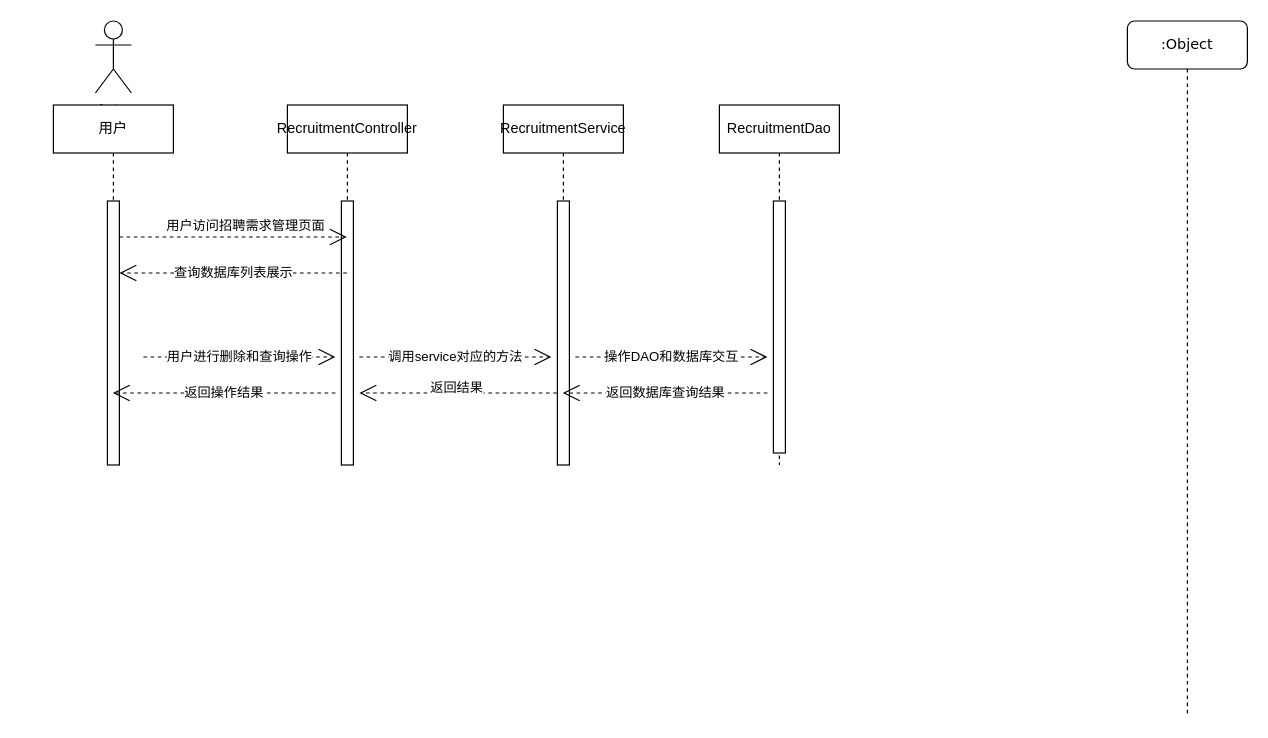
zhouxuemin66/Chat2DB keeps this draw.io diagram as page "Page-1" (1 of 3) of 诉求序列图.drawio. Above is the earlier version. Source tidied: cells renumbered, new cells numbered last; positions are measured from the earlier drawing's top-left corner, leaving out a move shared by most shapes. Both pictures are drawn from the tidied source at 120%, with x=0, y=0 at pixel (29, 20).
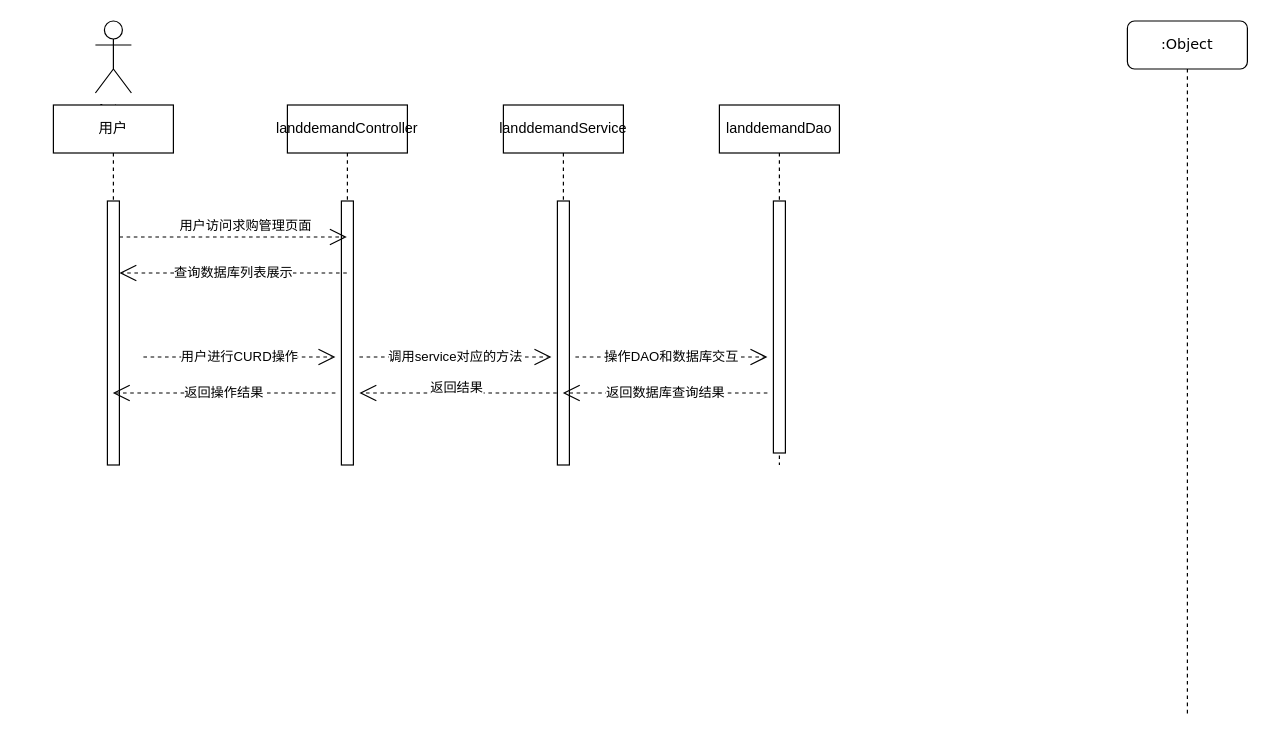
Above is the later version.

The change refers to these unchanged cells:
```xml
<mxCell id="10" style="endArrow=open;endSize=12;dashed=1;html=1;rounded=0;" parent="1" edge="1">
  <mxGeometry relative="1" as="geometry">
    <mxPoint x="75" y="180" as="sourcePoint" />
    <mxPoint x="264.5" y="180" as="targetPoint" />
  </mxGeometry>
</mxCell>
```

The edit, as a diff of the source:
```diff
@@
-    <mxCell id="8" value="RecruitmentController" style="shape=umlLifeline;perimeter=lifelinePerimeter;whiteSpace=wrap;html=1;outlineConnect=0;portConstraint=eastwest;newEdgeStyle={&quot;edgeStyle&quot;:&quot;elbowEdgeStyle&quot;,&quot;elbow&quot;:&quot;vertical&quot;,&quot;curved&quot;:0,&quot;rounded&quot;:0};" parent="1" vertex="1">
+    <mxCell id="8" value="landdemandController" style="shape=umlLifeline;perimeter=lifelinePerimeter;whiteSpace=wrap;html=1;outlineConnect=0;portConstraint=eastwest;newEdgeStyle={&quot;edgeStyle&quot;:&quot;elbowEdgeStyle&quot;,&quot;elbow&quot;:&quot;vertical&quot;,&quot;curved&quot;:0,&quot;rounded&quot;:0};" parent="1" vertex="1">
       <mxGeometry x="215" y="70" width="100" height="300" as="geometry" />
     </mxCell>
@@
-    <mxCell id="11" value="用户访问招聘需求管理页面" style="edgeLabel;html=1;align=center;verticalAlign=middle;" parent="10" vertex="1">
+    <mxCell id="11" value="用户访问求购管理页面" style="edgeLabel;html=1;align=center;verticalAlign=middle;" parent="10" vertex="1">
       <mxGeometry x="-0.06" y="-1" relative="1" as="geometry">
         <mxPoint x="15" y="-11" as="offset" />
       </mxGeometry>
     </mxCell>
@@
-    <mxCell id="13" value="用户进行删除和查询操作" style="endArrow=open;endSize=12;dashed=1;html=1;rounded=0;" parent="1" edge="1">
+    <mxCell id="13" value="用户进行CURD操作" style="endArrow=open;endSize=12;dashed=1;html=1;rounded=0;" parent="1" edge="1">
       <mxGeometry relative="1" as="geometry">
         <mxPoint x="95" y="280" as="sourcePoint" />
         <mxPoint x="255" y="280" as="targetPoint" />
       </mxGeometry>
     </mxCell>
-    <mxCell id="14" value="RecruitmentService" style="shape=umlLifeline;perimeter=lifelinePerimeter;whiteSpace=wrap;html=1;outlineConnect=0;portConstraint=eastwest;newEdgeStyle={&quot;edgeStyle&quot;:&quot;elbowEdgeStyle&quot;,&quot;elbow&quot;:&quot;vertical&quot;,&quot;curved&quot;:0,&quot;rounded&quot;:0};" parent="1" vertex="1">
+    <mxCell id="14" value="landdemandService" style="shape=umlLifeline;perimeter=lifelinePerimeter;whiteSpace=wrap;html=1;outlineConnect=0;portConstraint=eastwest;newEdgeStyle={&quot;edgeStyle&quot;:&quot;elbowEdgeStyle&quot;,&quot;elbow&quot;:&quot;vertical&quot;,&quot;curved&quot;:0,&quot;rounded&quot;:0};" parent="1" vertex="1">
       <mxGeometry x="395" y="70" width="100" height="300" as="geometry" />
     </mxCell>
@@
-    <mxCell id="16" value="RecruitmentDao" style="shape=umlLifeline;perimeter=lifelinePerimeter;whiteSpace=wrap;html=1;newEdgeStyle={&quot;edgeStyle&quot;:&quot;elbowEdgeStyle&quot;,&quot;elbow&quot;:&quot;vertical&quot;,&quot;curved&quot;:0,&quot;rounded&quot;:0};" parent="1" vertex="1">
+    <mxCell id="16" value="landdemandDao" style="shape=umlLifeline;perimeter=lifelinePerimeter;whiteSpace=wrap;html=1;newEdgeStyle={&quot;edgeStyle&quot;:&quot;elbowEdgeStyle&quot;,&quot;elbow&quot;:&quot;vertical&quot;,&quot;curved&quot;:0,&quot;rounded&quot;:0};" parent="1" vertex="1">
       <mxGeometry x="575" y="70" width="100" height="300" as="geometry" />
     </mxCell>
```
